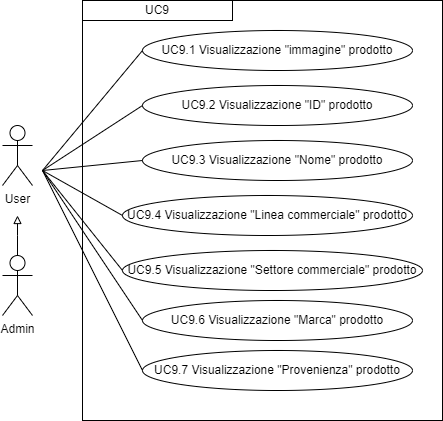
Before: imgs/Uml/UC9app.png, a diagram exported from draw.io (ShameIRL/farmacode). Source tidied: cells renumbered, new cells last; positions are measured from the earlier drawing's top-left corner, leaving out a move shared by most shapes.
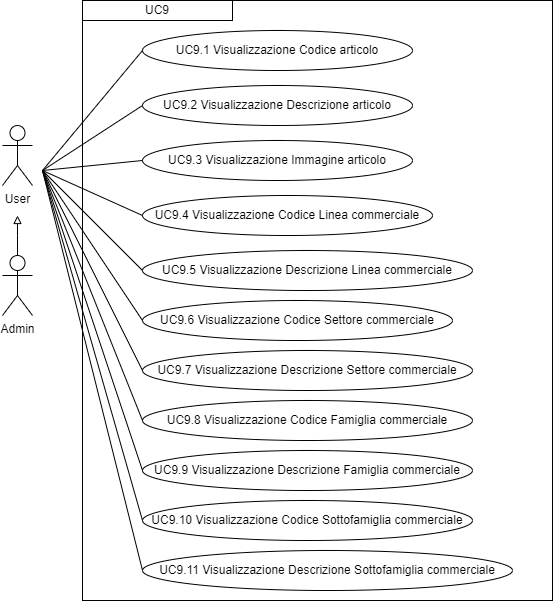
After the change.

Diff of the diagram source:
```diff
@@ -18,12 +18,12 @@
       <mxGeometry y="125" width="30" height="60" as="geometry" />
     </mxCell>
     <mxCell id="5" style="rounded=0;whiteSpace=wrap;html=1;fillColor=none;" parent="1" vertex="1">
-      <mxGeometry x="80" width="360" height="420" as="geometry" />
+      <mxGeometry x="80" width="470" height="600" as="geometry" />
     </mxCell>
     <mxCell id="6" value="&lt;div style=&quot;&quot;&gt;UC9&lt;/div&gt;" style="rounded=0;whiteSpace=wrap;html=1;fillColor=none;align=center;" parent="1" vertex="1">
       <mxGeometry x="80" width="150" height="20" as="geometry" />
     </mxCell>
-    <mxCell id="7" value="UC9.1 Visualizzazione &quot;immagine&quot; prodotto" style="ellipse;whiteSpace=wrap;html=1;" parent="1" vertex="1">
+    <mxCell id="7" value="UC9.1 Visualizzazione Codice articolo" style="ellipse;whiteSpace=wrap;html=1;" parent="1" vertex="1">
       <mxGeometry x="140" y="30" width="270" height="40" as="geometry" />
     </mxCell>
     <mxCell id="8" style="endArrow=none;html=1;rounded=0;entryX=0;entryY=0.5;entryDx=0;entryDy=0;" parent="1" edge="1" target="7">
@@ -31,7 +31,7 @@
         <mxPoint x="40" y="170" as="sourcePoint" />
       </mxGeometry>
     </mxCell>
-    <mxCell id="9" value="UC9.2 Visualizzazione &quot;ID&quot; prodotto" style="ellipse;whiteSpace=wrap;html=1;" parent="1" vertex="1">
+    <mxCell id="9" value="UC9.2 Visualizzazione Descrizione articolo" style="ellipse;whiteSpace=wrap;html=1;" parent="1" vertex="1">
       <mxGeometry x="140" y="85" width="270" height="40" as="geometry" />
     </mxCell>
     <mxCell id="10" style="endArrow=none;html=1;rounded=0;entryX=0;entryY=0.5;entryDx=0;entryDy=0;" parent="1" edge="1" target="9">
@@ -42,20 +42,20 @@
     <mxCell id="11" style="edgeStyle=orthogonalEdgeStyle;rounded=0;orthogonalLoop=1;jettySize=auto;html=1;exitX=0.5;exitY=1;exitDx=0;exitDy=0;" parent="1" edge="1" source="7" target="7">
       <mxGeometry relative="1" as="geometry" />
     </mxCell>
-    <mxCell id="12" value="UC9.3 Visualizzazione &quot;Nome&quot; prodotto" style="ellipse;whiteSpace=wrap;html=1;" parent="1" vertex="1">
+    <mxCell id="12" value="UC9.3 Visualizzazione Immagine articolo" style="ellipse;whiteSpace=wrap;html=1;" parent="1" vertex="1">
       <mxGeometry x="140" y="140" width="270" height="40" as="geometry" />
     </mxCell>
-    <mxCell id="13" value="UC9.4 Visualizzazione &quot;Linea commerciale&quot; prodotto" style="ellipse;whiteSpace=wrap;html=1;" parent="1" vertex="1">
-      <mxGeometry x="120" y="195" width="290" height="40" as="geometry" />
+    <mxCell id="13" value="UC9.4 Visualizzazione Codice Linea commerciale" style="ellipse;whiteSpace=wrap;html=1;" parent="1" vertex="1">
+      <mxGeometry x="140" y="195" width="290" height="40" as="geometry" />
     </mxCell>
-    <mxCell id="14" value="UC9.5 Visualizzazione &quot;Settore commerciale&quot; prodotto" style="ellipse;whiteSpace=wrap;html=1;" parent="1" vertex="1">
-      <mxGeometry x="120" y="250" width="300" height="40" as="geometry" />
+    <mxCell id="14" value="UC9.5 Visualizzazione Descrizione Linea commerciale" style="ellipse;whiteSpace=wrap;html=1;" parent="1" vertex="1">
+      <mxGeometry x="140" y="250" width="330" height="40" as="geometry" />
     </mxCell>
-    <mxCell id="15" value="UC9.6 Visualizzazione &quot;Marca&quot; prodotto" style="ellipse;whiteSpace=wrap;html=1;" parent="1" vertex="1">
-      <mxGeometry x="140" y="300" width="270" height="40" as="geometry" />
+    <mxCell id="15" value="UC9.6 Visualizzazione Codice Settore commerciale" style="ellipse;whiteSpace=wrap;html=1;" parent="1" vertex="1">
+      <mxGeometry x="140" y="300" width="310" height="40" as="geometry" />
     </mxCell>
-    <mxCell id="16" value="UC9.7 Visualizzazione &quot;Provenienza&quot; prodotto" style="ellipse;whiteSpace=wrap;html=1;" parent="1" vertex="1">
-      <mxGeometry x="140" y="350" width="270" height="40" as="geometry" />
+    <mxCell id="16" value="UC9.7 Visualizzazione Descrizione Settore commerciale" style="ellipse;whiteSpace=wrap;html=1;" parent="1" vertex="1">
+      <mxGeometry x="140" y="350" width="330" height="40" as="geometry" />
     </mxCell>
     <mxCell id="17" style="endArrow=none;html=1;rounded=0;entryX=0;entryY=0.5;entryDx=0;entryDy=0;" parent="1" edge="1" target="12">
       <mxGeometry relative="1" as="geometry">
@@ -82,5 +82,37 @@
         <mxPoint x="40" y="170" as="sourcePoint" />
       </mxGeometry>
     </mxCell>
+    <mxCell id="22" value="UC9.8 Visualizzazione Codice Famiglia commerciale" style="ellipse;whiteSpace=wrap;html=1;" parent="1" vertex="1">
+      <mxGeometry x="140" y="400" width="330" height="40" as="geometry" />
+    </mxCell>
+    <mxCell id="23" value="UC9.9 Visualizzazione Descrizione Famiglia commerciale" style="ellipse;whiteSpace=wrap;html=1;" parent="1" vertex="1">
+      <mxGeometry x="140" y="450" width="330" height="40" as="geometry" />
+    </mxCell>
+    <mxCell id="24" value="UC9.10 Visualizzazione Codice Sottofamiglia commerciale" style="ellipse;whiteSpace=wrap;html=1;" parent="1" vertex="1">
+      <mxGeometry x="140" y="500" width="330" height="40" as="geometry" />
+    </mxCell>
+    <mxCell id="25" value="UC9.11 Visualizzazione Descrizione Sottofamiglia commerciale" style="ellipse;whiteSpace=wrap;html=1;" parent="1" vertex="1">
+      <mxGeometry x="140" y="550" width="370" height="40" as="geometry" />
+    </mxCell>
+    <mxCell id="26" style="endArrow=none;html=1;rounded=0;entryX=0;entryY=0.5;entryDx=0;entryDy=0;" parent="1" edge="1" target="25">
+      <mxGeometry relative="1" as="geometry">
+        <mxPoint x="40" y="170" as="sourcePoint" />
+      </mxGeometry>
+    </mxCell>
+    <mxCell id="27" style="endArrow=none;html=1;rounded=0;entryX=0;entryY=0.5;entryDx=0;entryDy=0;" parent="1" edge="1" target="24">
+      <mxGeometry relative="1" as="geometry">
+        <mxPoint x="40" y="170" as="sourcePoint" />
+      </mxGeometry>
+    </mxCell>
+    <mxCell id="28" style="endArrow=none;html=1;rounded=0;entryX=0;entryY=0.5;entryDx=0;entryDy=0;" parent="1" edge="1" target="23">
+      <mxGeometry relative="1" as="geometry">
+        <mxPoint x="40" y="170" as="sourcePoint" />
+      </mxGeometry>
+    </mxCell>
+    <mxCell id="29" style="endArrow=none;html=1;rounded=0;entryX=0;entryY=0.5;entryDx=0;entryDy=0;" parent="1" edge="1" target="22">
+      <mxGeometry relative="1" as="geometry">
+        <mxPoint x="40" y="170" as="sourcePoint" />
+      </mxGeometry>
+    </mxCell>
   </root>
 </mxGraphModel>
```
